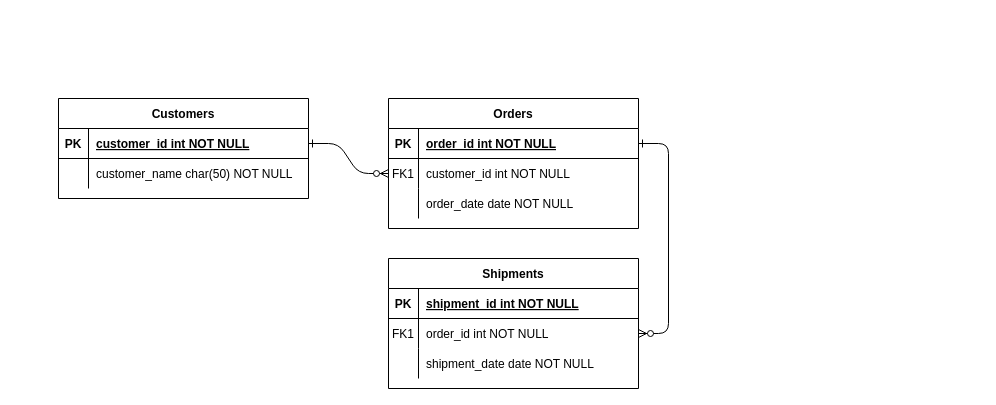
Before: Схема_БД_Bets.drawio in mihalych852/otus.teaching.promocodefactory.homework.ef, a draw.io diagram. Source tidied: cells renumbered, new cells numbered last; positions are measured from the earlier drawing's top-left corner, leaving out a move shared by most shapes. Both pictures are drawn from the tidied source at 100%, with x=0, y=0 at pixel (58, 98).
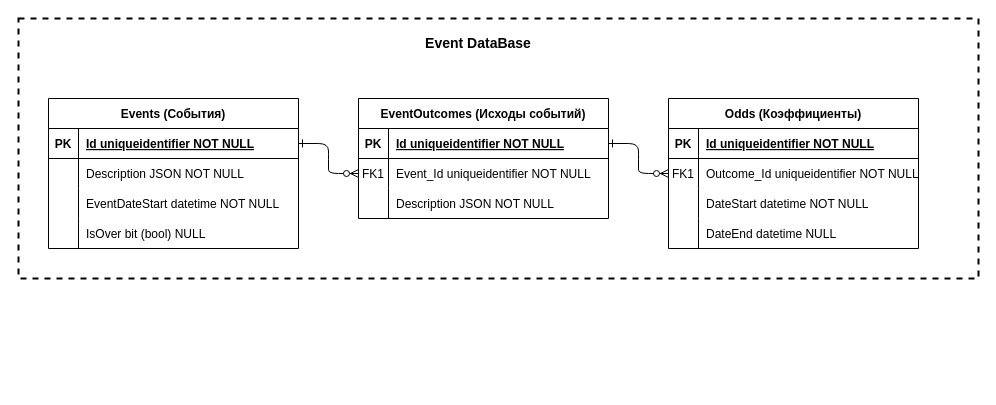
Above is the later version.

Commit message:
В Схему_БД_Bets добавлена бд событий

Unchanged cells that the change refers to:
```xml
<mxCell id="5" style="shape=partialRectangle;fillColor=none;points=[[0,0.5],[1,0.5]];portConstraint=eastwest;top=0;left=0;right=0;bottom=1;" parent="4" vertex="1">
  <mxGeometry y="30" width="250" height="30" as="geometry" />
</mxCell>
<mxCell id="8" style="shape=partialRectangle;fillColor=none;points=[[0,0.5],[1,0.5]];portConstraint=eastwest;top=0;left=0;right=0;bottom=0;" parent="4" vertex="1">
  <mxGeometry y="60" width="250" height="30" as="geometry" />
</mxCell>
<mxCell id="11" style="shape=partialRectangle;fillColor=none;top=0;left=0;right=0;bottom=0;" parent="4" vertex="1">
  <mxGeometry y="90" width="250" height="30" as="geometry" />
</mxCell>
<mxCell id="15" style="shape=partialRectangle;fillColor=none;top=0;left=0;right=0;bottom=1;" parent="14" vertex="1">
  <mxGeometry y="30" width="250" height="30" as="geometry" />
</mxCell>
<mxCell id="18" style="shape=partialRectangle;fillColor=none;points=[[0,0.5],[1,0.5]];portConstraint=eastwest;top=0;left=0;right=0;bottom=0;" parent="14" vertex="1">
  <mxGeometry y="60" width="250" height="30" as="geometry" />
</mxCell>
<mxCell id="21" style="shape=partialRectangle;fillColor=none;top=0;left=0;right=0;bottom=0;" parent="14" vertex="1">
  <mxGeometry y="90" width="250" height="30" as="geometry" />
</mxCell>
<mxCell id="25" style="shape=partialRectangle;fillColor=none;points=[[0,0.5],[1,0.5]];portConstraint=eastwest;top=0;left=0;right=0;bottom=1;" parent="24" vertex="1">
  <mxGeometry y="30" width="250" height="30" as="geometry" />
</mxCell>
<mxCell id="28" style="shape=partialRectangle;fillColor=none;top=0;left=0;right=0;bottom=0;" parent="24" vertex="1">
  <mxGeometry y="60" width="250" height="30" as="geometry" />
</mxCell>
```

The edit, as a diff of the source:
```diff
@@
-    <mxCell id="4" value="Orders" style="shape=table;startSize=30;childLayout=tableLayout;rowLines=0;fontStyle=1;align=center;" parent="1" vertex="1">
-      <mxGeometry x="330" width="250" height="130" as="geometry" />
+    <mxCell id="4" value="EventOutcomes (Исходы событий)" style="shape=table;startSize=30;childLayout=tableLayout;rowLines=0;fontStyle=1;align=center;" parent="1" vertex="1">
+      <mxGeometry x="300" width="250" height="120" as="geometry" />
     </mxCell>
@@
-    <mxCell id="7" value="order_id int NOT NULL " style="shape=partialRectangle;overflow=hidden;fillColor=none;top=0;left=0;bottom=0;right=0;align=left;spacingLeft=6;fontStyle=5;" parent="5" vertex="1">
+    <mxCell id="7" value="Id uniqueidentifier NOT NULL" style="shape=partialRectangle;overflow=hidden;fillColor=none;top=0;left=0;bottom=0;right=0;align=left;spacingLeft=6;fontStyle=5;" parent="5" vertex="1">
       <mxGeometry x="30" width="220" height="30" as="geometry" />
     </mxCell>
@@
-    <mxCell id="10" value="customer_id int NOT NULL" style="shape=partialRectangle;overflow=hidden;fillColor=none;top=0;left=0;bottom=0;right=0;align=left;spacingLeft=6;" parent="8" vertex="1">
+    <mxCell id="10" value="Event_Id uniqueidentifier NOT NULL" style="shape=partialRectangle;overflow=hidden;fillColor=none;top=0;left=0;bottom=0;right=0;align=left;spacingLeft=6;" parent="8" vertex="1">
       <mxGeometry x="30" width="220" height="30" as="geometry" />
     </mxCell>
@@
-    <mxCell id="13" value="order_date date NOT NULL" style="shape=partialRectangle;overflow=hidden;fillColor=none;top=0;left=0;bottom=0;right=0;align=left;spacingLeft=6;" parent="11" vertex="1">
+    <mxCell id="13" value="Description JSON NOT NULL" style="shape=partialRectangle;overflow=hidden;fillColor=none;top=0;left=0;bottom=0;right=0;align=left;spacingLeft=6;" parent="11" vertex="1">
       <mxGeometry x="30" width="220" height="30" as="geometry" />
     </mxCell>
-    <mxCell id="14" value="Shipments" style="shape=table;startSize=30;childLayout=tableLayout;rowLines=0;fontStyle=1;align=center;" parent="1" vertex="1">
-      <mxGeometry x="330" y="160" width="250" height="130" as="geometry" />
+    <mxCell id="14" value="Odds (Коэффициенты)" style="shape=table;startSize=30;childLayout=tableLayout;rowLines=0;fontStyle=1;align=center;" parent="1" vertex="1">
+      <mxGeometry x="610" width="250" height="150" as="geometry" />
     </mxCell>
@@
-    <mxCell id="17" value="shipment_id int NOT NULL " style="shape=partialRectangle;overflow=hidden;fillColor=none;top=0;left=0;bottom=0;right=0;align=left;spacingLeft=6;fontStyle=5;" parent="15" vertex="1">
+    <mxCell id="17" value="Id uniqueidentifier NOT NULL" style="shape=partialRectangle;overflow=hidden;fillColor=none;top=0;left=0;bottom=0;right=0;align=left;spacingLeft=6;fontStyle=5;" parent="15" vertex="1">
       <mxGeometry x="30" width="220" height="30" as="geometry" />
     </mxCell>
@@
-    <mxCell id="20" value="order_id int NOT NULL" style="shape=partialRectangle;overflow=hidden;fillColor=none;top=0;left=0;bottom=0;right=0;align=left;spacingLeft=6;" parent="18" vertex="1">
+    <mxCell id="20" value="Outcome_Id uniqueidentifier NOT NULL" style="shape=partialRectangle;overflow=hidden;fillColor=none;top=0;left=0;bottom=0;right=0;align=left;spacingLeft=6;" parent="18" vertex="1">
       <mxGeometry x="30" width="220" height="30" as="geometry" />
     </mxCell>
@@
-    <mxCell id="23" value="shipment_date date NOT NULL" style="shape=partialRectangle;overflow=hidden;fillColor=none;top=0;left=0;bottom=0;right=0;align=left;spacingLeft=6;" parent="21" vertex="1">
+    <mxCell id="23" value="DateStart datetime NOT NULL" style="shape=partialRectangle;overflow=hidden;fillColor=none;top=0;left=0;bottom=0;right=0;align=left;spacingLeft=6;" parent="21" vertex="1">
       <mxGeometry x="30" width="220" height="30" as="geometry" />
     </mxCell>
+    <mxCell id="31" style="shape=partialRectangle;fillColor=none;top=0;left=0;right=0;bottom=0;" parent="14" vertex="1">
+      <mxGeometry y="120" width="250" height="30" as="geometry" />
+    </mxCell>
+    <mxCell id="32" style="shape=partialRectangle;overflow=hidden;fillColor=none;top=0;left=0;bottom=0;right=0;" parent="31" vertex="1">
+      <mxGeometry width="30" height="30" as="geometry" />
+    </mxCell>
+    <mxCell id="33" value="DateEnd datetime NULL" style="shape=partialRectangle;overflow=hidden;fillColor=none;top=0;left=0;bottom=0;right=0;align=left;spacingLeft=6;" parent="31" vertex="1">
+      <mxGeometry x="30" width="220" height="30" as="geometry" />
+    </mxCell>
-    <mxCell id="24" value="Customers" style="shape=table;startSize=30;childLayout=tableLayout;rowLines=0;fontStyle=1;align=center;" parent="1" vertex="1">
-      <mxGeometry width="250" height="100" as="geometry" />
+    <mxCell id="24" value="Events (События)" style="shape=table;startSize=30;childLayout=tableLayout;rowLines=0;fontStyle=1;align=center;" parent="1" vertex="1">
+      <mxGeometry x="-10" width="250" height="150" as="geometry" />
     </mxCell>
@@
-    <mxCell id="27" value="customer_id int NOT NULL " style="shape=partialRectangle;overflow=hidden;fillColor=none;top=0;left=0;bottom=0;right=0;align=left;spacingLeft=6;fontStyle=5;" parent="25" vertex="1">
+    <mxCell id="27" value="Id uniqueidentifier NOT NULL " style="shape=partialRectangle;overflow=hidden;fillColor=none;top=0;left=0;bottom=0;right=0;align=left;spacingLeft=6;fontStyle=5;" parent="25" vertex="1">
       <mxGeometry x="30" width="220" height="30" as="geometry" />
     </mxCell>
@@
-    <mxCell id="30" value="customer_name char(50) NOT NULL" style="shape=partialRectangle;overflow=hidden;fillColor=none;top=0;left=0;bottom=0;right=0;align=left;spacingLeft=6;" parent="28" vertex="1">
+    <mxCell id="30" value="Description JSON NOT NULL" style="shape=partialRectangle;overflow=hidden;fillColor=none;top=0;left=0;bottom=0;right=0;align=left;spacingLeft=6;" parent="28" vertex="1">
       <mxGeometry x="30" width="220" height="30" as="geometry" />
     </mxCell>
+    <mxCell id="34" style="shape=partialRectangle;fillColor=none;top=0;left=0;right=0;bottom=0;" parent="24" vertex="1">
+      <mxGeometry y="90" width="250" height="30" as="geometry" />
+    </mxCell>
+    <mxCell id="35" style="shape=partialRectangle;overflow=hidden;fillColor=none;top=0;left=0;bottom=0;right=0;" parent="34" vertex="1">
+      <mxGeometry width="30" height="30" as="geometry" />
+    </mxCell>
+    <mxCell id="36" value="EventDateStart datetime NOT NULL" style="shape=partialRectangle;overflow=hidden;fillColor=none;top=0;left=0;bottom=0;right=0;align=left;spacingLeft=6;" parent="34" vertex="1">
+      <mxGeometry x="30" width="220" height="30" as="geometry" />
+    </mxCell>
+    <mxCell id="37" style="shape=partialRectangle;fillColor=none;top=0;left=0;right=0;bottom=0;" parent="24" vertex="1">
+      <mxGeometry y="120" width="250" height="30" as="geometry" />
+    </mxCell>
+    <mxCell id="38" style="shape=partialRectangle;overflow=hidden;fillColor=none;top=0;left=0;bottom=0;right=0;" parent="37" vertex="1">
+      <mxGeometry width="30" height="30" as="geometry" />
+    </mxCell>
+    <mxCell id="39" value="IsOver bit (bool) NULL" style="shape=partialRectangle;overflow=hidden;fillColor=none;top=0;left=0;bottom=0;right=0;align=left;spacingLeft=6;" parent="37" vertex="1">
+      <mxGeometry x="30" width="220" height="30" as="geometry" />
+    </mxCell>
+    <mxCell id="40" style="rounded=0;whiteSpace=wrap;html=1;fillColor=none;dashed=1;strokeWidth=2;" parent="1" vertex="1">
+      <mxGeometry x="-40" y="-80" width="960" height="260" as="geometry" />
+    </mxCell>
+    <mxCell id="41" value="&lt;font style=&quot;font-size: 14px;&quot;&gt;&lt;b&gt;Event DataBase&lt;/b&gt;&lt;/font&gt;" style="text;html=1;align=center;verticalAlign=middle;whiteSpace=wrap;rounded=0;" parent="1" vertex="1">
+      <mxGeometry x="240" y="-70" width="360" height="30" as="geometry" />
+    </mxCell>
```
